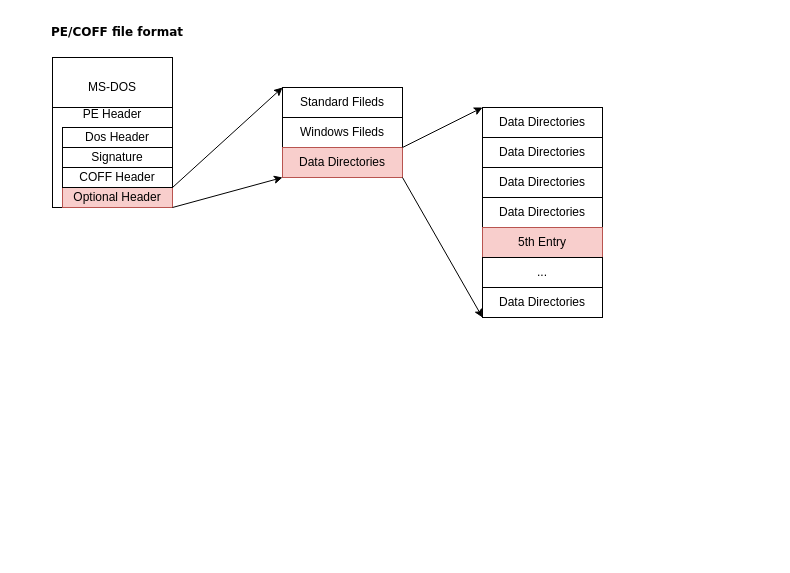
This is signatrust.drawio from pkking/mydrawio, a draw.io file, before an edit. Source tidied: cells renumbered, new cells numbered last; positions are measured from the earlier drawing's top-left corner, leaving out a move shared by most shapes. Both pictures are drawn from the tidied source at 100%, with x=0, y=0 at pixel (17, 17).
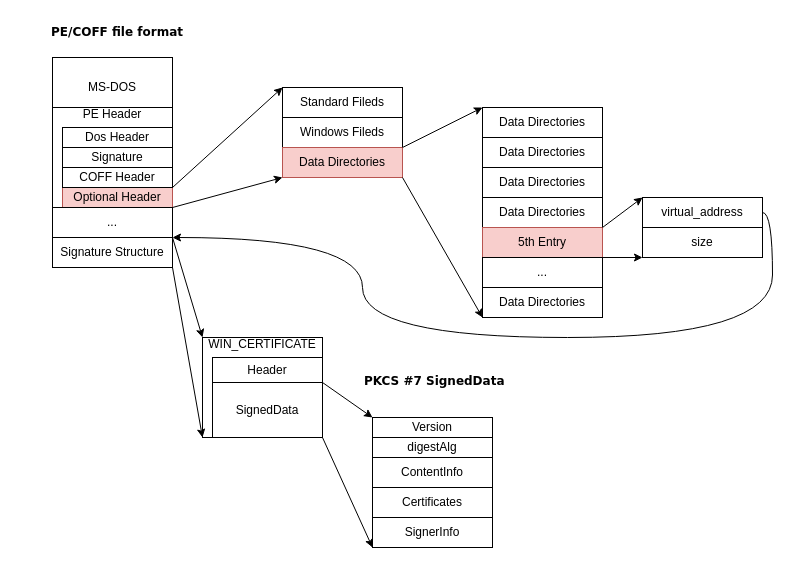
The same page after the edit.

The change refers to these unchanged cells:
```xml
<mxCell id="20" value="..." style="rounded=0;whiteSpace=wrap;html=1;" parent="1" vertex="1">
  <mxGeometry x="465" y="240" width="120" height="30" as="geometry" />
</mxCell>
```

Change to the diagram source:
```diff
@@
+    <mxCell id="3" value="&lt;font face=&quot;Verdana&quot;&gt;&lt;b&gt;PE/COFF file format&lt;/b&gt;&lt;/font&gt;" style="text;html=1;strokeColor=none;fillColor=none;align=center;verticalAlign=middle;whiteSpace=wrap;rounded=0;" parent="1" vertex="1">
+      <mxGeometry width="200" height="30" as="geometry" />
+    </mxCell>
@@
-    <mxCell id="3" value="&lt;font face=&quot;Verdana&quot;&gt;&lt;b&gt;PE/COFF file format&lt;/b&gt;&lt;/font&gt;" style="text;html=1;strokeColor=none;fillColor=none;align=center;verticalAlign=middle;whiteSpace=wrap;rounded=0;" parent="1" vertex="1">
-      <mxGeometry width="200" height="30" as="geometry" />
-    </mxCell>
@@
+    <mxCell id="23" style="edgeStyle=orthogonalEdgeStyle;rounded=0;jettySize=auto;html=1;entryX=1;entryY=0;entryDx=0;entryDy=0;curved=1;exitX=1;exitY=0.5;exitDx=0;exitDy=0;" parent="1" edge="1" source="24" target="29">
+      <mxGeometry relative="1" as="geometry">
+        <Array as="points">
+          <mxPoint x="755" y="195" />
+          <mxPoint x="755" y="320" />
+          <mxPoint x="345" y="320" />
+          <mxPoint x="345" y="220" />
+        </Array>
+      </mxGeometry>
+    </mxCell>
+    <mxCell id="24" value="virtual_address" style="rounded=0;whiteSpace=wrap;html=1;" parent="1" vertex="1">
+      <mxGeometry x="625" y="180" width="120" height="30" as="geometry" />
+    </mxCell>
+    <mxCell id="25" value="size" style="rounded=0;whiteSpace=wrap;html=1;" parent="1" vertex="1">
+      <mxGeometry x="625" y="210" width="120" height="30" as="geometry" />
+    </mxCell>
+    <mxCell id="26" style="endArrow=classic;html=1;rounded=0;entryX=0;entryY=0;entryDx=0;entryDy=0;" parent="1" edge="1" target="24">
+      <mxGeometry relative="1" as="geometry">
+        <mxPoint x="585" y="210" as="sourcePoint" />
+      </mxGeometry>
+    </mxCell>
+    <mxCell id="27" style="endArrow=classic;html=1;rounded=0;exitX=1;exitY=0;exitDx=0;exitDy=0;entryX=0;entryY=1;entryDx=0;entryDy=0;" parent="1" edge="1" source="20" target="25">
+      <mxGeometry relative="1" as="geometry" />
+    </mxCell>
+    <mxCell id="28" value="..." style="rounded=0;whiteSpace=wrap;html=1;" parent="1" vertex="1">
+      <mxGeometry x="35" y="190" width="120" height="30" as="geometry" />
+    </mxCell>
+    <mxCell id="29" value="Signature Structure" style="rounded=0;whiteSpace=wrap;html=1;" parent="1" vertex="1">
+      <mxGeometry x="35" y="220" width="120" height="30" as="geometry" />
+    </mxCell>
+    <mxCell id="30" value="&lt;div&gt;WIN_CERTIFICATE&lt;/div&gt;&lt;div&gt;&lt;br&gt;&lt;/div&gt;&lt;div&gt;&lt;br&gt;&lt;/div&gt;&lt;div&gt;&lt;br&gt;&lt;/div&gt;&lt;div&gt;&lt;br&gt;&lt;/div&gt;&lt;div&gt;&lt;br&gt;&lt;/div&gt;&lt;div&gt;&lt;br&gt;&lt;/div&gt;" style="rounded=0;whiteSpace=wrap;html=1;" parent="1" vertex="1">
+      <mxGeometry x="185" y="320" width="120" height="100" as="geometry" />
+    </mxCell>
+    <mxCell id="31" value="SignedData" style="rounded=0;whiteSpace=wrap;html=1;" parent="1" vertex="1">
+      <mxGeometry x="195" y="365" width="110" height="55" as="geometry" />
+    </mxCell>
+    <mxCell id="32" style="endArrow=classic;html=1;rounded=0;entryX=0;entryY=0;entryDx=0;entryDy=0;" parent="1" edge="1" target="30">
+      <mxGeometry relative="1" as="geometry">
+        <mxPoint x="155" y="220" as="sourcePoint" />
+      </mxGeometry>
+    </mxCell>
+    <mxCell id="33" style="endArrow=classic;html=1;rounded=0;entryX=0;entryY=1;entryDx=0;entryDy=0;" parent="1" edge="1" target="30">
+      <mxGeometry relative="1" as="geometry">
+        <mxPoint x="155" y="250" as="sourcePoint" />
+      </mxGeometry>
+    </mxCell>
+    <mxCell id="34" value="Version" style="rounded=0;whiteSpace=wrap;html=1;" parent="1" vertex="1">
+      <mxGeometry x="355" y="400" width="120" height="20" as="geometry" />
+    </mxCell>
+    <mxCell id="35" style="endArrow=classic;html=1;rounded=0;entryX=0;entryY=0;entryDx=0;entryDy=0;" parent="1" edge="1" target="34">
+      <mxGeometry relative="1" as="geometry">
+        <mxPoint x="305" y="365" as="sourcePoint" />
+      </mxGeometry>
+    </mxCell>
+    <mxCell id="36" value="ContentInfo" style="rounded=0;whiteSpace=wrap;html=1;" parent="1" vertex="1">
+      <mxGeometry x="355" y="440" width="120" height="30" as="geometry" />
+    </mxCell>
+    <mxCell id="37" value="&lt;div&gt;&lt;b&gt;&lt;font face=&quot;Verdana&quot;&gt;PKCS #7 SignedData&lt;/font&gt;&lt;/b&gt;&lt;/div&gt;&lt;div&gt;&lt;b&gt;&lt;font face=&quot;Verdana&quot;&gt;&lt;br&gt;&lt;/font&gt;&lt;/b&gt;&lt;/div&gt;&lt;div&gt;&lt;b&gt;&lt;font face=&quot;Verdana&quot;&gt;&lt;br&gt;&lt;/font&gt;&lt;/b&gt;&lt;/div&gt;&lt;div&gt;&lt;b&gt;&lt;font face=&quot;Verdana&quot;&gt;&lt;br&gt;&lt;/font&gt;&lt;/b&gt;&lt;/div&gt;&lt;div&gt;&lt;b&gt;&lt;font face=&quot;Verdana&quot;&gt;&lt;br&gt;&lt;/font&gt;&lt;/b&gt;&lt;/div&gt;&lt;div&gt;&lt;b&gt;&lt;font face=&quot;Verdana&quot;&gt;&lt;br&gt;&lt;/font&gt;&lt;/b&gt;&lt;/div&gt;&lt;div&gt;&lt;b&gt;&lt;font face=&quot;Verdana&quot;&gt;&lt;br&gt;&lt;/font&gt;&lt;/b&gt;&lt;/div&gt;&lt;div&gt;&lt;b&gt;&lt;font face=&quot;Verdana&quot;&gt;&lt;br&gt;&lt;/font&gt;&lt;/b&gt;&lt;/div&gt;&lt;div&gt;&lt;b&gt;&lt;font face=&quot;Verdana&quot;&gt;&lt;br&gt;&lt;/font&gt;&lt;/b&gt;&lt;/div&gt;" style="text;whiteSpace=wrap;html=1;" parent="1" vertex="1">
+      <mxGeometry x="345" y="350" width="170" height="30" as="geometry" />
+    </mxCell>
+    <mxCell id="38" value="Header" style="rounded=0;whiteSpace=wrap;html=1;" parent="1" vertex="1">
+      <mxGeometry x="195" y="340" width="110" height="25" as="geometry" />
+    </mxCell>
+    <mxCell id="39" value="SignerInfo" style="rounded=0;whiteSpace=wrap;html=1;" parent="1" vertex="1">
+      <mxGeometry x="355" y="500" width="120" height="30" as="geometry" />
+    </mxCell>
+    <mxCell id="40" style="endArrow=classic;html=1;rounded=0;entryX=0;entryY=1;entryDx=0;entryDy=0;" parent="1" edge="1" target="39">
+      <mxGeometry relative="1" as="geometry">
+        <mxPoint x="305" y="420" as="sourcePoint" />
+      </mxGeometry>
+    </mxCell>
+    <mxCell id="41" value="digestAlg" style="rounded=0;whiteSpace=wrap;html=1;" parent="1" vertex="1">
+      <mxGeometry x="355" y="420" width="120" height="20" as="geometry" />
+    </mxCell>
+    <mxCell id="42" value="Certificates" style="rounded=0;whiteSpace=wrap;html=1;" parent="1" vertex="1">
+      <mxGeometry x="355" y="470" width="120" height="30" as="geometry" />
+    </mxCell>
```
